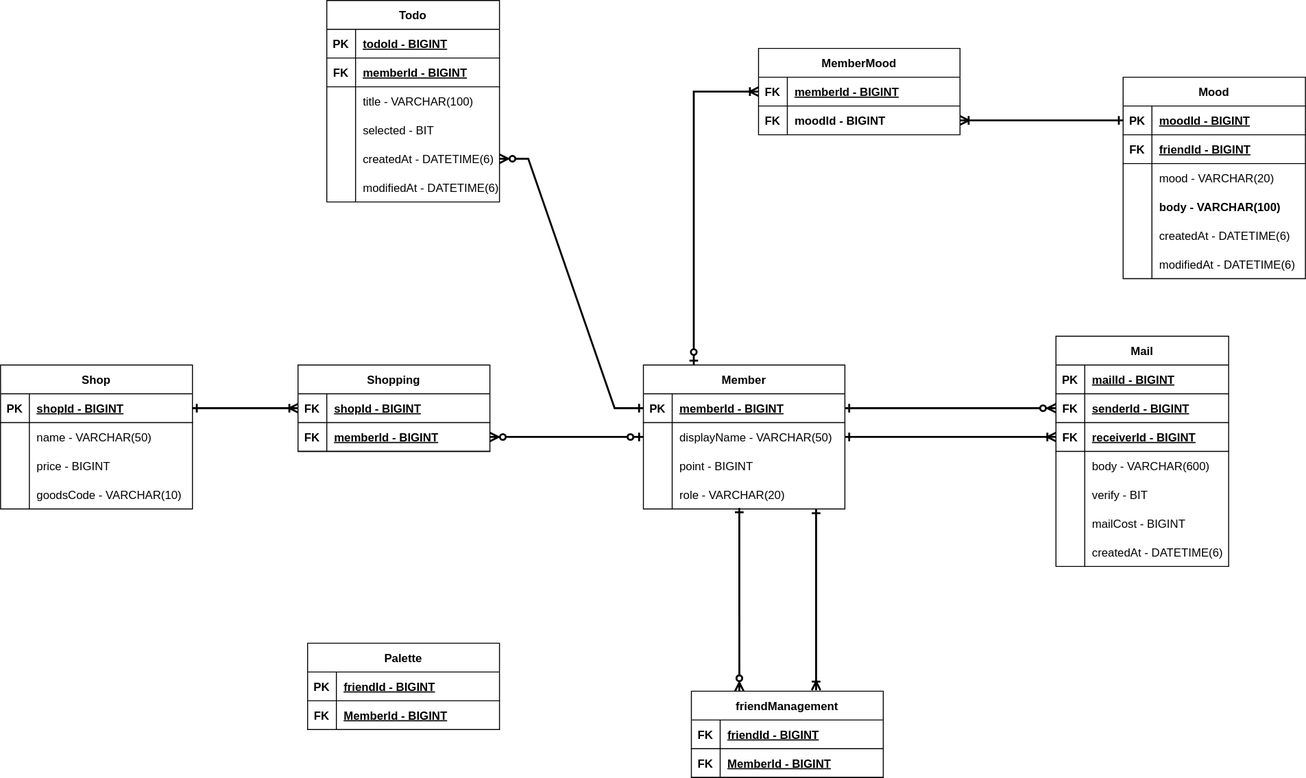
The draw.io diagram document/ERD설계.svg in codestates-seb/seb40_main_029, before a commit. Source tidied: cells renumbered, new cells last; positions are measured from the earlier drawing's top-left corner, leaving out a move shared by most shapes.
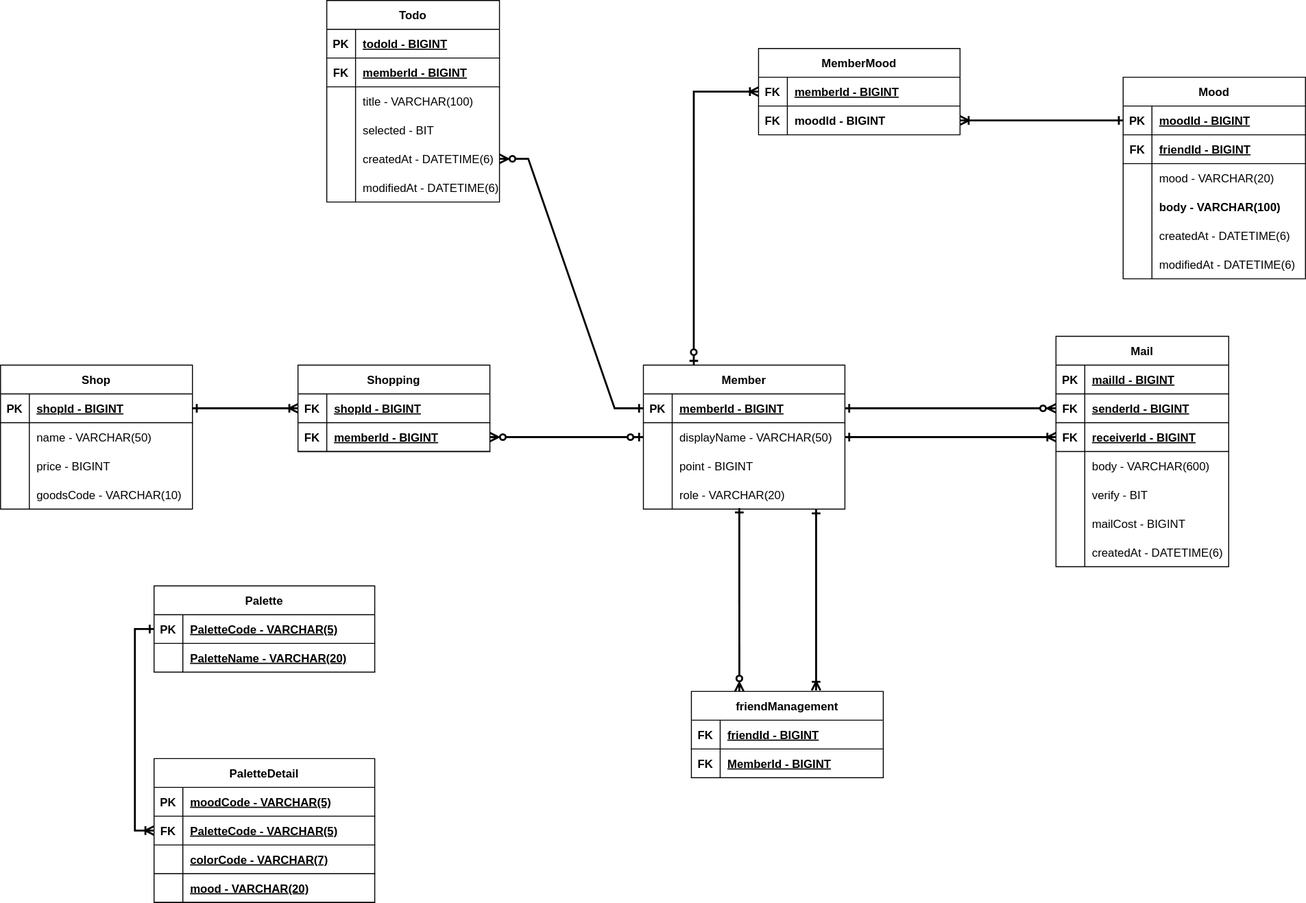
After the change.

What changed in the source:
```diff
@@ -273,25 +273,25 @@
       <mxGeometry relative="1" as="geometry" />
     </mxCell>
     <mxCell id="92" value="Palette" style="shape=table;startSize=30;rowLines=0;fontStyle=1;align=center;" parent="1" vertex="1">
-      <mxGeometry x="320" y="670" width="200" height="90" as="geometry" />
+      <mxGeometry x="160" y="610" width="230" height="90" as="geometry" />
     </mxCell>
     <mxCell id="93" style="shape=tableRow;horizontal=0;startSize=0;swimlaneHead=0;swimlaneBody=0;fillColor=none;points=[[0,0.5],[1,0.5]];portConstraint=eastwest;top=0;left=0;right=0;bottom=1;" parent="92" vertex="1">
-      <mxGeometry y="30" width="200" height="30" as="geometry" />
+      <mxGeometry y="30" width="230" height="30" as="geometry" />
     </mxCell>
     <mxCell id="94" value="PK" style="shape=partialRectangle;fillColor=none;top=0;left=0;bottom=0;right=0;fontStyle=1;overflow=hidden;" parent="93" vertex="1">
       <mxGeometry width="30" height="30" as="geometry" />
     </mxCell>
-    <mxCell id="95" value="friendId - BIGINT" style="shape=partialRectangle;fillColor=none;top=0;left=0;bottom=0;right=0;align=left;spacingLeft=6;fontStyle=5;overflow=hidden;" parent="93" vertex="1">
-      <mxGeometry x="30" width="170" height="30" as="geometry" />
+    <mxCell id="95" value="PaletteCode - VARCHAR(5)" style="shape=partialRectangle;fillColor=none;top=0;left=0;bottom=0;right=0;align=left;spacingLeft=6;fontStyle=5;overflow=hidden;" parent="93" vertex="1">
+      <mxGeometry x="30" width="200" height="30" as="geometry" />
     </mxCell>
     <mxCell id="96" style="shape=tableRow;horizontal=0;startSize=0;swimlaneHead=0;swimlaneBody=0;fillColor=none;top=0;left=0;right=0;bottom=1;" parent="92" vertex="1">
-      <mxGeometry y="60" width="200" height="30" as="geometry" />
+      <mxGeometry y="60" width="230" height="30" as="geometry" />
     </mxCell>
-    <mxCell id="97" value="FK" style="shape=partialRectangle;fillColor=none;top=0;left=0;bottom=0;right=0;fontStyle=1;overflow=hidden;" parent="96" vertex="1">
+    <mxCell id="97" style="shape=partialRectangle;fillColor=none;top=0;left=0;bottom=0;right=0;fontStyle=1;overflow=hidden;" parent="96" vertex="1">
       <mxGeometry width="30" height="30" as="geometry" />
     </mxCell>
-    <mxCell id="98" value="MemberId - BIGINT" style="shape=partialRectangle;fillColor=none;top=0;left=0;bottom=0;right=0;align=left;spacingLeft=6;fontStyle=5;overflow=hidden;" parent="96" vertex="1">
-      <mxGeometry x="30" width="170" height="30" as="geometry" />
+    <mxCell id="98" value="PaletteName - VARCHAR(20)" style="shape=partialRectangle;fillColor=none;top=0;left=0;bottom=0;right=0;align=left;spacingLeft=6;fontStyle=5;overflow=hidden;" parent="96" vertex="1">
+      <mxGeometry x="30" width="200" height="30" as="geometry" />
     </mxCell>
     <mxCell id="99" value="Shop" style="shape=table;startSize=30;rowLines=0;fontStyle=1;align=center;" parent="1" vertex="1">
       <mxGeometry y="380" width="200" height="150" as="geometry" />
@@ -377,5 +377,47 @@
     <mxCell id="124" style="edgeStyle=orthogonalEdgeStyle;rounded=0;jettySize=auto;html=1;exitX=1;exitY=0.5;exitDx=0;exitDy=0;entryX=0;entryY=0.5;entryDx=0;entryDy=0;endArrow=ERoneToMany;endFill=0;startArrow=ERone;startFill=0;strokeWidth=2;" parent="1" edge="1" source="6" target="22">
       <mxGeometry relative="1" as="geometry" />
     </mxCell>
+    <mxCell id="125" value="PaletteDetail" style="shape=table;startSize=30;rowLines=0;fontStyle=1;align=center;" parent="1" vertex="1">
+      <mxGeometry x="160" y="790" width="230" height="150" as="geometry" />
+    </mxCell>
+    <mxCell id="126" style="shape=tableRow;horizontal=0;startSize=0;swimlaneHead=0;swimlaneBody=0;fillColor=none;top=0;left=0;right=0;bottom=1;" parent="125" vertex="1">
+      <mxGeometry y="30" width="230" height="30" as="geometry" />
+    </mxCell>
+    <mxCell id="127" value="PK" style="shape=partialRectangle;fillColor=none;top=0;left=0;bottom=0;right=0;fontStyle=1;overflow=hidden;" parent="126" vertex="1">
+      <mxGeometry width="30" height="30" as="geometry" />
+    </mxCell>
+    <mxCell id="128" value="moodCode - VARCHAR(5)" style="shape=partialRectangle;fillColor=none;top=0;left=0;bottom=0;right=0;align=left;spacingLeft=6;fontStyle=5;overflow=hidden;" parent="126" vertex="1">
+      <mxGeometry x="30" width="200" height="30" as="geometry" />
+    </mxCell>
+    <mxCell id="129" style="shape=tableRow;horizontal=0;startSize=0;swimlaneHead=0;swimlaneBody=0;fillColor=none;points=[[0,0.5],[1,0.5]];portConstraint=eastwest;top=0;left=0;right=0;bottom=1;" parent="125" vertex="1">
+      <mxGeometry y="60" width="230" height="30" as="geometry" />
+    </mxCell>
+    <mxCell id="130" value="FK" style="shape=partialRectangle;fillColor=none;top=0;left=0;bottom=0;right=0;fontStyle=1;overflow=hidden;" parent="129" vertex="1">
+      <mxGeometry width="30" height="30" as="geometry" />
+    </mxCell>
+    <mxCell id="131" value="PaletteCode - VARCHAR(5)" style="shape=partialRectangle;fillColor=none;top=0;left=0;bottom=0;right=0;align=left;spacingLeft=6;fontStyle=5;overflow=hidden;" parent="129" vertex="1">
+      <mxGeometry x="30" width="200" height="30" as="geometry" />
+    </mxCell>
+    <mxCell id="132" style="shape=tableRow;horizontal=0;startSize=0;swimlaneHead=0;swimlaneBody=0;fillColor=none;top=0;left=0;right=0;bottom=1;" parent="125" vertex="1">
+      <mxGeometry y="90" width="230" height="30" as="geometry" />
+    </mxCell>
+    <mxCell id="133" style="shape=partialRectangle;fillColor=none;top=0;left=0;bottom=0;right=0;fontStyle=1;overflow=hidden;" parent="132" vertex="1">
+      <mxGeometry width="30" height="30" as="geometry" />
+    </mxCell>
+    <mxCell id="134" value="colorCode - VARCHAR(7)" style="shape=partialRectangle;fillColor=none;top=0;left=0;bottom=0;right=0;align=left;spacingLeft=6;fontStyle=5;overflow=hidden;" parent="132" vertex="1">
+      <mxGeometry x="30" width="200" height="30" as="geometry" />
+    </mxCell>
+    <mxCell id="135" style="shape=tableRow;horizontal=0;startSize=0;swimlaneHead=0;swimlaneBody=0;fillColor=none;top=0;left=0;right=0;bottom=1;" parent="125" vertex="1">
+      <mxGeometry y="120" width="230" height="30" as="geometry" />
+    </mxCell>
+    <mxCell id="136" style="shape=partialRectangle;fillColor=none;top=0;left=0;bottom=0;right=0;fontStyle=1;overflow=hidden;" parent="135" vertex="1">
+      <mxGeometry width="30" height="30" as="geometry" />
+    </mxCell>
+    <mxCell id="137" value="mood - VARCHAR(20)" style="shape=partialRectangle;fillColor=none;top=0;left=0;bottom=0;right=0;align=left;spacingLeft=6;fontStyle=5;overflow=hidden;" parent="135" vertex="1">
+      <mxGeometry x="30" width="200" height="30" as="geometry" />
+    </mxCell>
+    <mxCell id="138" style="edgeStyle=orthogonalEdgeStyle;rounded=0;jettySize=auto;html=1;exitX=0;exitY=0.5;exitDx=0;exitDy=0;entryX=0;entryY=0.5;entryDx=0;entryDy=0;strokeWidth=2;startArrow=ERoneToMany;startFill=0;endArrow=ERone;endFill=0;" parent="1" edge="1" source="129" target="93">
+      <mxGeometry relative="1" as="geometry" />
+    </mxCell>
   </root>
 </mxGraphModel>
```
